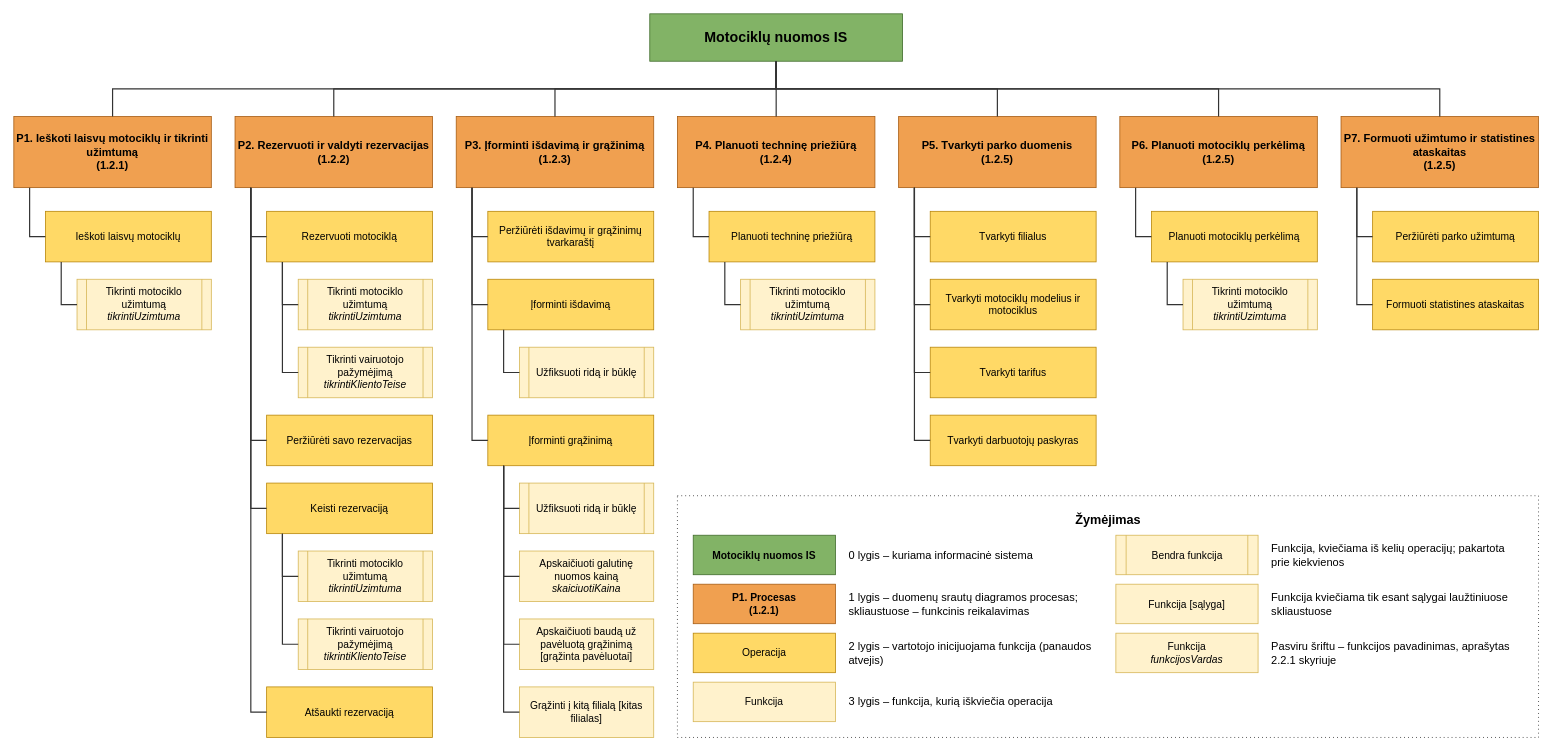
dimabreeze/VU-IGDS-GrupineUzduotis keeps this draw.io diagram as artefaktai/11-strukturine-schema.drawio. Above is the earlier version. Source tidied: cells renumbered, new cells numbered last; positions are measured from the earlier drawing's top-left corner, leaving out a move shared by most shapes. Both pictures are drawn from the tidied source at 79%, with x=0, y=0 at pixel (13, 13).
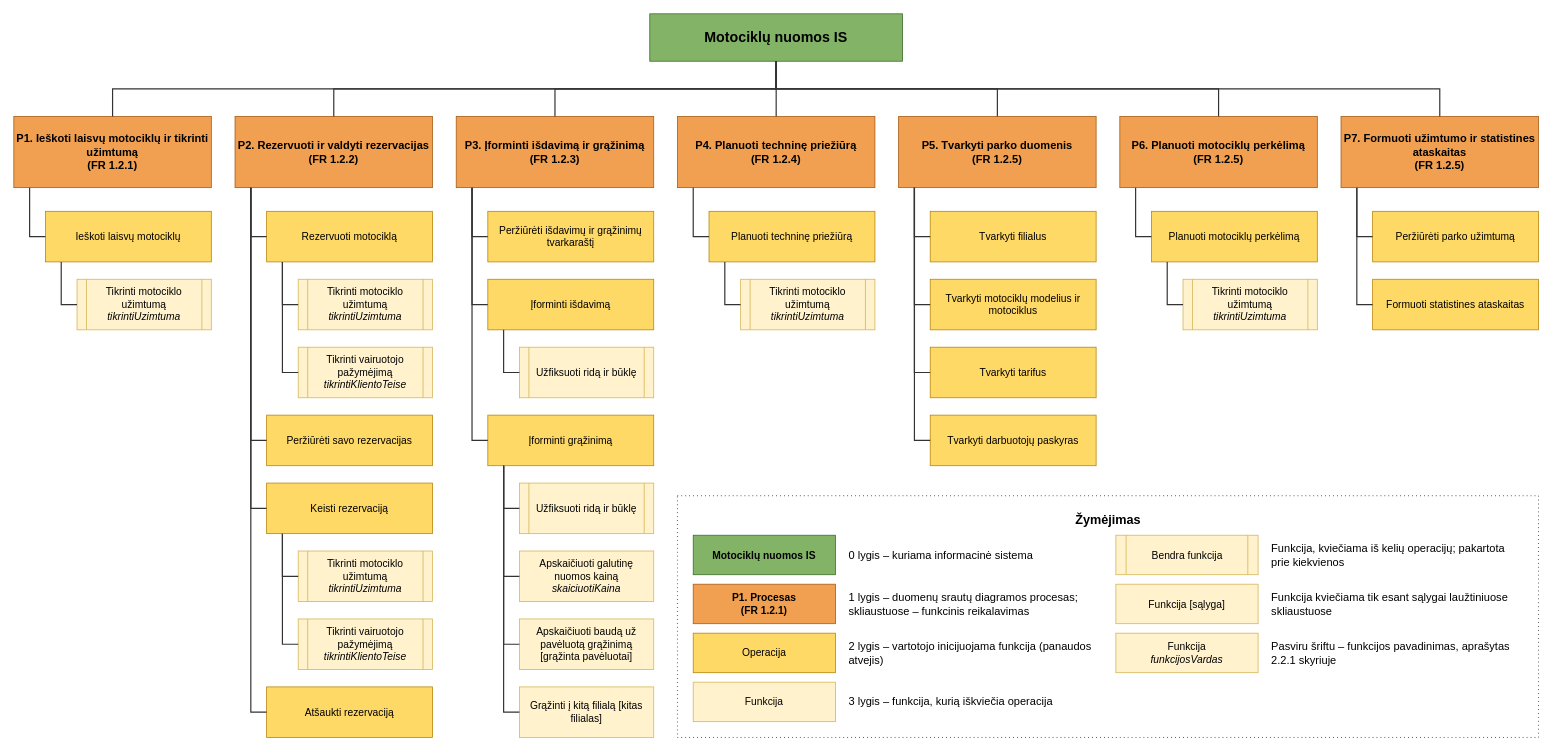
The same diagram, later.

The edit, as a diff of the source:
```diff
@@
-    <mxCell id="3" value="P1. Ieškoti laisvų motociklų ir tikrinti užimtumą&lt;br&gt;(1.2.1)" style="rounded=0;whiteSpace=wrap;html=1;fontColor=#000000;fillColor=#f0a050;strokeColor=#a65c13;fontSize=14;fontStyle=1;" parent="1" vertex="1">
+    <mxCell id="3" value="P1. Ieškoti laisvų motociklų ir tikrinti užimtumą&lt;br&gt;(FR 1.2.1)" style="rounded=0;whiteSpace=wrap;html=1;fontColor=#000000;fillColor=#f0a050;strokeColor=#a65c13;fontSize=14;fontStyle=1;" parent="1" vertex="1">
       <mxGeometry y="130" width="250" height="90" as="geometry" />
     </mxCell>
@@
-    <mxCell id="9" value="P2. Rezervuoti ir valdyti rezervacijas&lt;br&gt;(1.2.2)" style="rounded=0;whiteSpace=wrap;html=1;fontColor=#000000;fillColor=#f0a050;strokeColor=#a65c13;fontSize=14;fontStyle=1;" parent="1" vertex="1">
+    <mxCell id="9" value="P2. Rezervuoti ir valdyti rezervacijas&lt;br&gt;(FR 1.2.2)" style="rounded=0;whiteSpace=wrap;html=1;fontColor=#000000;fillColor=#f0a050;strokeColor=#a65c13;fontSize=14;fontStyle=1;" parent="1" vertex="1">
       <mxGeometry x="280" y="130" width="250" height="90" as="geometry" />
     </mxCell>
@@
-    <mxCell id="27" value="P3. Įforminti išdavimą ir grąžinimą&lt;br&gt;(1.2.3)" style="rounded=0;whiteSpace=wrap;html=1;fontColor=#000000;fillColor=#f0a050;strokeColor=#a65c13;fontSize=14;fontStyle=1;" parent="1" vertex="1">
+    <mxCell id="27" value="P3. Įforminti išdavimą ir grąžinimą&lt;br&gt;(FR 1.2.3)" style="rounded=0;whiteSpace=wrap;html=1;fontColor=#000000;fillColor=#f0a050;strokeColor=#a65c13;fontSize=14;fontStyle=1;" parent="1" vertex="1">
       <mxGeometry x="560" y="130" width="250" height="90" as="geometry" />
     </mxCell>
@@
-    <mxCell id="45" value="P4. Planuoti techninę priežiūrą&lt;br&gt;(1.2.4)" style="rounded=0;whiteSpace=wrap;html=1;fontColor=#000000;fillColor=#f0a050;strokeColor=#a65c13;fontSize=14;fontStyle=1;" parent="1" vertex="1">
+    <mxCell id="45" value="P4. Planuoti techninę priežiūrą&lt;br&gt;(FR 1.2.4)" style="rounded=0;whiteSpace=wrap;html=1;fontColor=#000000;fillColor=#f0a050;strokeColor=#a65c13;fontSize=14;fontStyle=1;" parent="1" vertex="1">
       <mxGeometry x="840" y="130" width="250" height="90" as="geometry" />
     </mxCell>
@@
-    <mxCell id="51" value="P5. Tvarkyti parko duomenis&lt;br&gt;(1.2.5)" style="rounded=0;whiteSpace=wrap;html=1;fontColor=#000000;fillColor=#f0a050;strokeColor=#a65c13;fontSize=14;fontStyle=1;" parent="1" vertex="1">
+    <mxCell id="51" value="P5. Tvarkyti parko duomenis&lt;br&gt;(FR 1.2.5)" style="rounded=0;whiteSpace=wrap;html=1;fontColor=#000000;fillColor=#f0a050;strokeColor=#a65c13;fontSize=14;fontStyle=1;" parent="1" vertex="1">
       <mxGeometry x="1120" y="130" width="250" height="90" as="geometry" />
     </mxCell>
@@
-    <mxCell id="61" value="P6. Planuoti motociklų perkėlimą&lt;br&gt;(1.2.5)" style="rounded=0;whiteSpace=wrap;html=1;fontColor=#000000;fillColor=#f0a050;strokeColor=#a65c13;fontSize=14;fontStyle=1;" parent="1" vertex="1">
+    <mxCell id="61" value="P6. Planuoti motociklų perkėlimą&lt;br&gt;(FR 1.2.5)" style="rounded=0;whiteSpace=wrap;html=1;fontColor=#000000;fillColor=#f0a050;strokeColor=#a65c13;fontSize=14;fontStyle=1;" parent="1" vertex="1">
       <mxGeometry x="1400" y="130" width="250" height="90" as="geometry" />
     </mxCell>
@@
-    <mxCell id="67" value="P7. Formuoti užimtumo ir statistines ataskaitas&lt;br&gt;(1.2.5)" style="rounded=0;whiteSpace=wrap;html=1;fontColor=#000000;fillColor=#f0a050;strokeColor=#a65c13;fontSize=14;fontStyle=1;" parent="1" vertex="1">
+    <mxCell id="67" value="P7. Formuoti užimtumo ir statistines ataskaitas&lt;br&gt;(FR 1.2.5)" style="rounded=0;whiteSpace=wrap;html=1;fontColor=#000000;fillColor=#f0a050;strokeColor=#a65c13;fontSize=14;fontStyle=1;" parent="1" vertex="1">
       <mxGeometry x="1680" y="130" width="250" height="90" as="geometry" />
     </mxCell>
@@
-    <mxCell id="77" value="P1. Procesas&lt;br&gt;(1.2.1)" style="rounded=0;whiteSpace=wrap;html=1;fontColor=#000000;fillColor=#f0a050;strokeColor=#a65c13;fontSize=13;fontStyle=1;" parent="1" vertex="1">
+    <mxCell id="77" value="P1. Procesas&lt;br&gt;(FR 1.2.1)" style="rounded=0;whiteSpace=wrap;html=1;fontColor=#000000;fillColor=#f0a050;strokeColor=#a65c13;fontSize=13;fontStyle=1;" parent="1" vertex="1">
       <mxGeometry x="860" y="722" width="180" height="50" as="geometry" />
     </mxCell>
```
